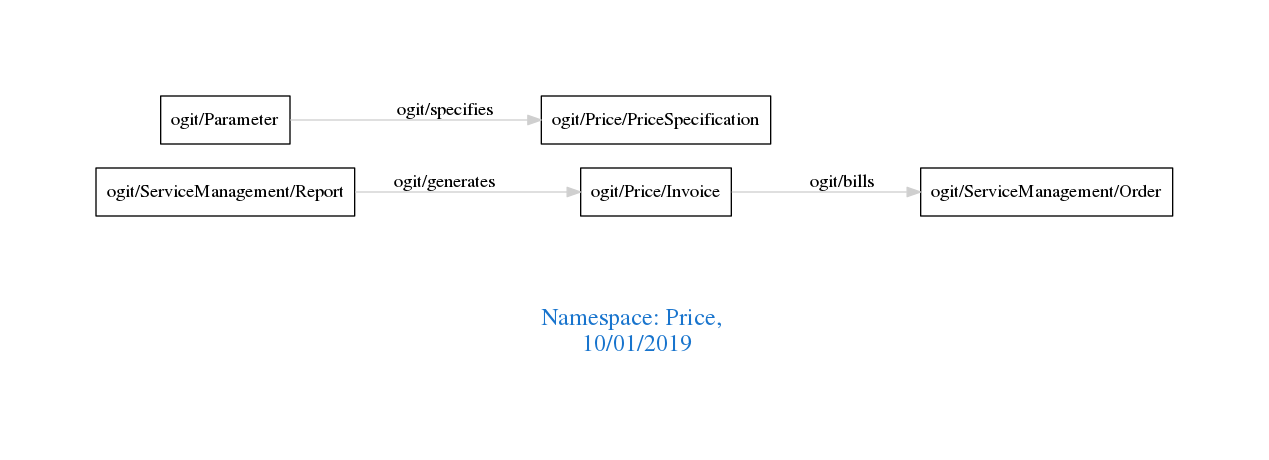
arago/OGIT keeps this Graphviz diagram as downloads/Price.png. Above is the earlier version. Its source is kept beside it as downloads/Price.dot.
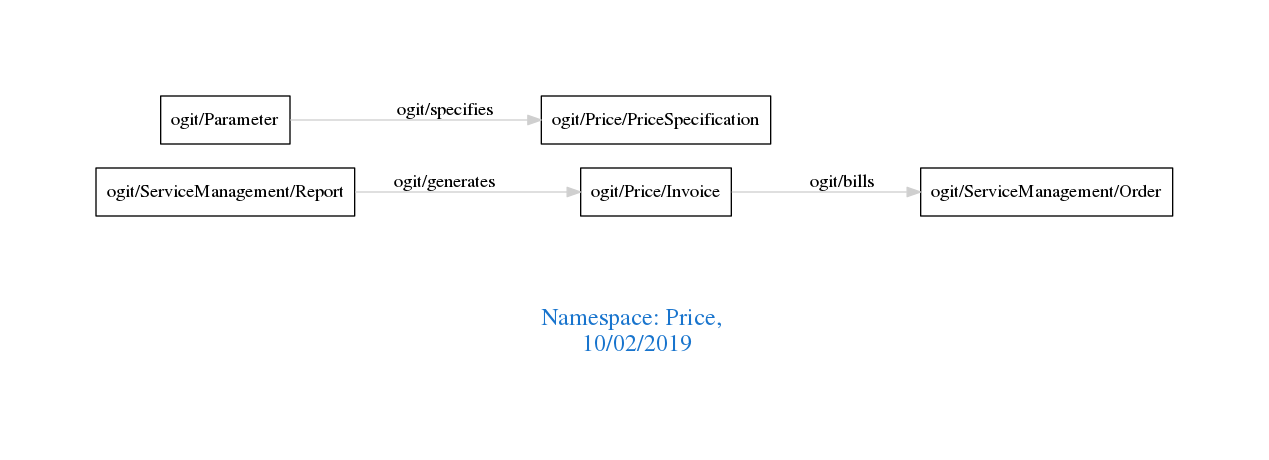
The same file after the commit.

What changed in the source:
```diff
@@ -1,7 +1,7 @@
 digraph OGIT_ontology {
  graph [ rankdir= LR,pad=1
 fontsize = 18,
-fontcolor= dodgerblue3,label = "\n\n\nNamespace: Price, \n 10/01/2019"];
+fontcolor= dodgerblue3,label = "\n\n\nNamespace: Price, \n 10/02/2019"];
 node[shape=polygon];
 edge [  color="gray81"];
 
```
